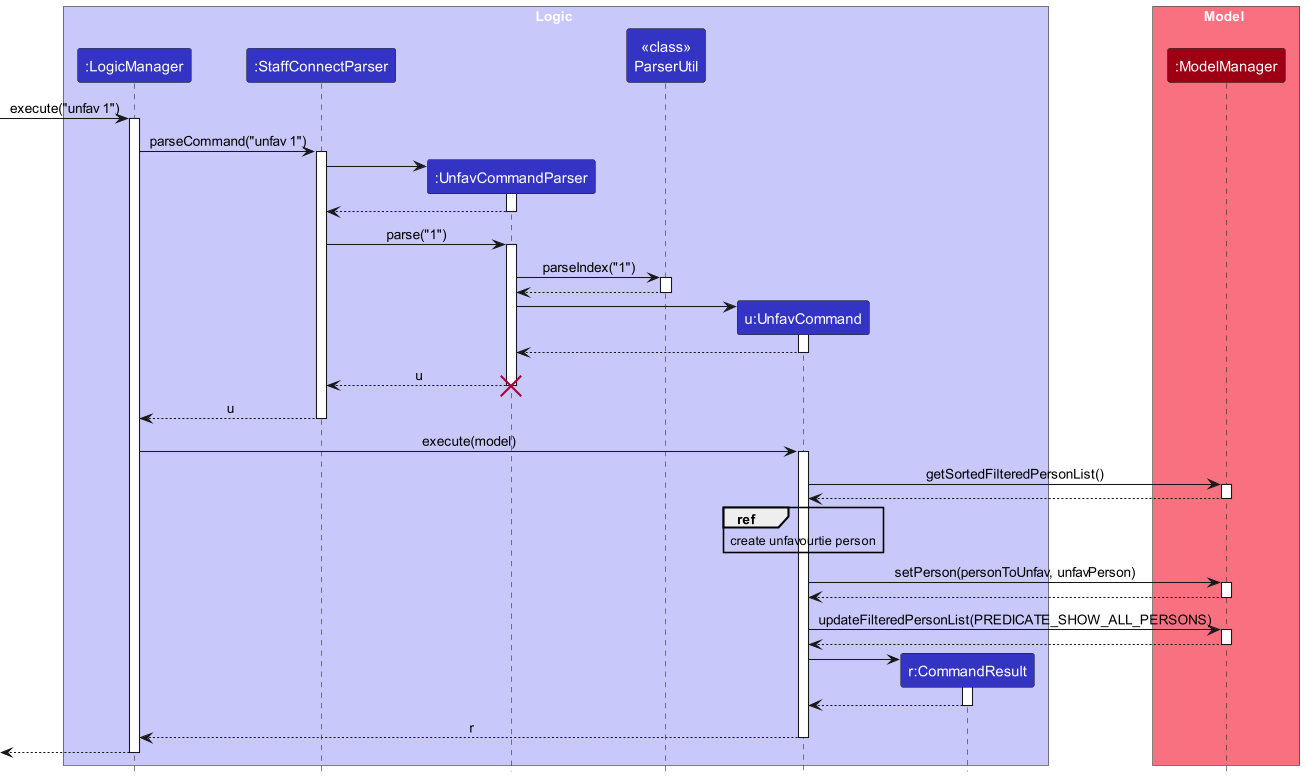
whitesnowx/tp keeps this PlantUML diagram as docs/images/UnfavSequenceDiagram.png. Above is the earlier version. Its source is kept beside it as docs/diagrams/UnfavSequenceDiagram.puml.
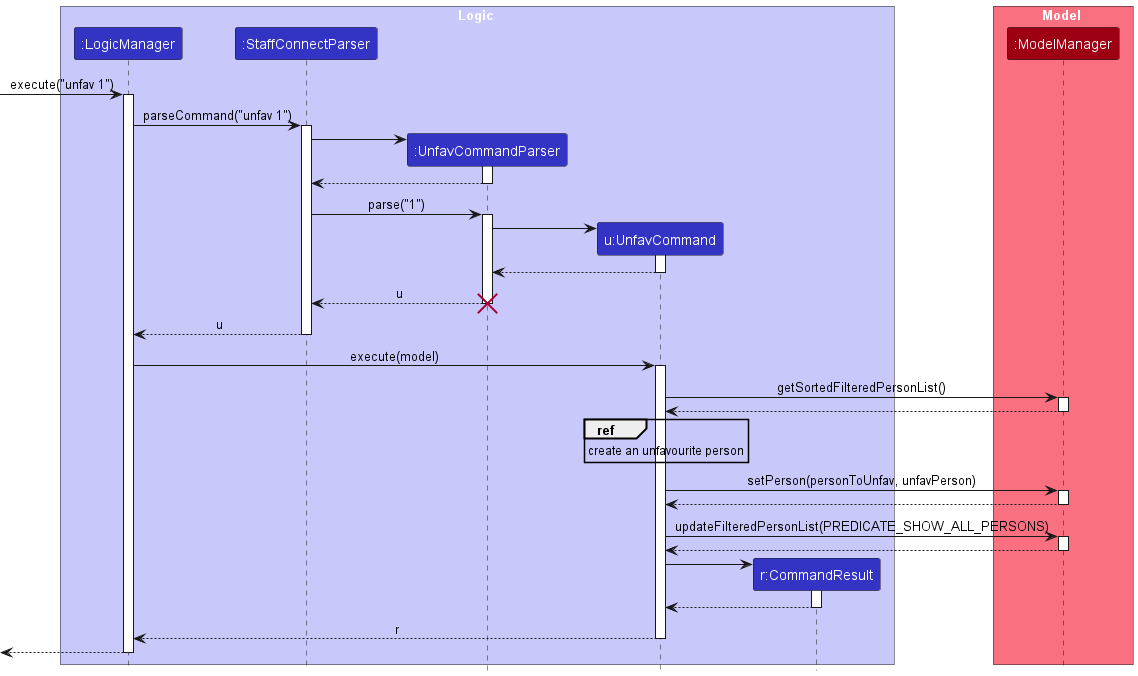
The same file after the commit.

What changed in the source:
```diff
@@ -6,7 +6,6 @@
 participant ":LogicManager" as LogicManager LOGIC_COLOR
 participant ":StaffConnectParser" as StaffConnectParser LOGIC_COLOR
 participant ":UnfavCommandParser" as UnfavCommandParser LOGIC_COLOR
-participant "<<class>>\nParserUtil" as ParserUtil LOGIC_COLOR
 participant "u:UnfavCommand" as UnfavCommand LOGIC_COLOR
 participant "r:CommandResult" as CommandResult LOGIC_COLOR
 end box
@@ -31,10 +30,6 @@
 StaffConnectParser -> UnfavCommandParser : parse("1")
 activate UnfavCommandParser
 
-UnfavCommandParser -> ParserUtil : parseIndex("1")
-activate ParserUtil
-return
-
 create UnfavCommand
 UnfavCommandParser -> UnfavCommand++
 return
@@ -50,7 +45,7 @@
 activate Model
 return
 
-ref over UnfavCommand : create unfavourtie person
+ref over UnfavCommand : create an unfavourite person
 
 UnfavCommand -> Model : setPerson(personToUnfav, unfavPerson)
 activate Model
```
